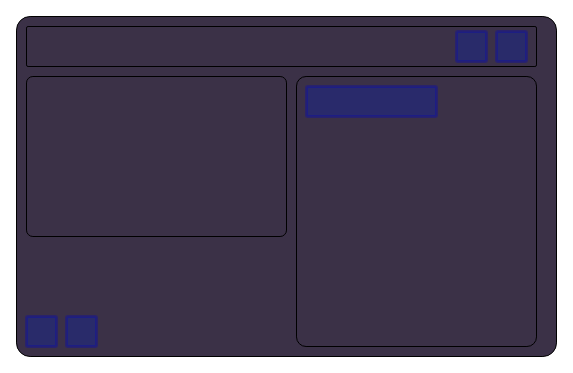
Above: src/app/slides/_slides/images/ppr.drawio in mastoj/nextndc (draw.io), before the change. Source tidied: cells renumbered, new cells numbered last; positions are measured from the earlier drawing's top-left corner, leaving out a move shared by most shapes. Both pictures are drawn from the tidied source at 100%, with x=0, y=0 at pixel (16, 16).
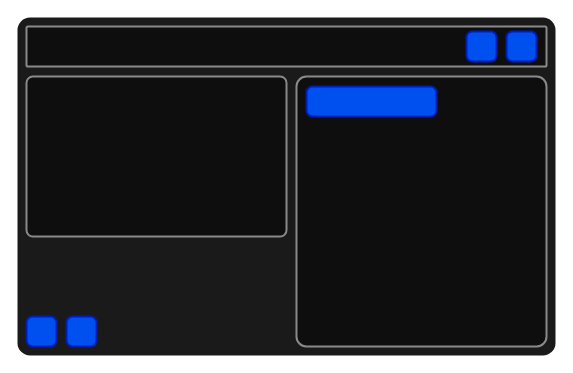
After the change.

Commit message (it also covers changes not shown here):
Slighlty better ppr image

Diff of the diagram source:
```diff
@@
 <mxGraphModel>
   <root>
     <mxCell id="0" />
     <mxCell id="1" parent="0" />
-    <mxCell id="2" style="rounded=1;whiteSpace=wrap;html=1;arcSize=4;fillColor=#3B3147;" parent="1" vertex="1">
+    <mxCell id="2" style="rounded=1;whiteSpace=wrap;html=1;arcSize=4;fillColor=#1A1A1A;strokeWidth=2;strokeColor=#FFFFFF;" parent="1" vertex="1">
       <mxGeometry width="540" height="340" as="geometry" />
     </mxCell>
-    <mxCell id="3" style="rounded=1;whiteSpace=wrap;html=1;arcSize=4;fillColor=#3B3147;" parent="1" vertex="1">
-      <mxGeometry x="10" y="10" width="510" height="40" as="geometry" />
+    <mxCell id="3" style="rounded=1;whiteSpace=wrap;html=1;arcSize=4;fillColor=#030303;opacity=50;strokeWidth=2;strokeColor=#FFFFFF;" parent="1" vertex="1">
+      <mxGeometry x="10" y="10" width="520" height="40" as="geometry" />
     </mxCell>
-    <mxCell id="4" style="rounded=1;whiteSpace=wrap;html=1;arcSize=4;fillColor=#3B3147;" parent="1" vertex="1">
+    <mxCell id="4" style="rounded=1;whiteSpace=wrap;html=1;arcSize=4;fillColor=#030303;opacity=50;strokeWidth=2;strokeColor=#FFFFFF;" parent="1" vertex="1">
       <mxGeometry x="10" y="60" width="260" height="160" as="geometry" />
     </mxCell>
-    <mxCell id="5" style="rounded=1;whiteSpace=wrap;html=1;arcSize=4;fillColor=#3B3147;" parent="1" vertex="1">
-      <mxGeometry x="280" y="60" width="240" height="270" as="geometry" />
+    <mxCell id="5" style="rounded=1;whiteSpace=wrap;html=1;arcSize=4;fillColor=#030303;opacity=50;strokeWidth=2;strokeColor=#FFFFFF;" parent="1" vertex="1">
+      <mxGeometry x="280" y="60" width="250" height="270" as="geometry" />
     </mxCell>
-    <mxCell id="6" style="rounded=1;whiteSpace=wrap;html=1;fillColor=#001DBC;arcSize=4;fontColor=#ffffff;strokeColor=#0000BC;opacity=30;strokeWidth=3;" parent="1" vertex="1">
+    <mxCell id="6" style="rounded=1;whiteSpace=wrap;html=1;fillColor=#0050ef;arcSize=20;fontColor=#ffffff;strokeColor=#001DBC;strokeWidth=2;perimeterSpacing=2;imageHeight=24;" parent="1" vertex="1">
       <mxGeometry x="290" y="70" width="130" height="30" as="geometry" />
     </mxCell>
-    <mxCell id="7" style="rounded=1;whiteSpace=wrap;html=1;fillColor=#001DBC;arcSize=4;fontColor=#ffffff;strokeColor=#0000BC;opacity=30;strokeWidth=3;" parent="1" vertex="1">
-      <mxGeometry x="480" y="15" width="30" height="30" as="geometry" />
+    <mxCell id="7" style="rounded=1;whiteSpace=wrap;html=1;fillColor=#0050ef;arcSize=20;fontColor=#ffffff;strokeColor=#001DBC;strokeWidth=2;perimeterSpacing=2;imageHeight=24;" parent="1" vertex="1">
+      <mxGeometry x="490" y="15" width="30" height="30" as="geometry" />
     </mxCell>
-    <mxCell id="8" style="rounded=1;whiteSpace=wrap;html=1;fillColor=#001DBC;arcSize=4;fontColor=#ffffff;strokeColor=#0000BC;opacity=30;strokeWidth=3;" parent="1" vertex="1">
-      <mxGeometry x="440" y="15" width="30" height="30" as="geometry" />
+    <mxCell id="8" style="rounded=1;whiteSpace=wrap;html=1;fillColor=#0050ef;arcSize=20;fontColor=#ffffff;strokeColor=#001DBC;strokeWidth=2;perimeterSpacing=2;imageHeight=24;" parent="1" vertex="1">
+      <mxGeometry x="450" y="15" width="30" height="30" as="geometry" />
     </mxCell>
-    <mxCell id="9" style="rounded=1;whiteSpace=wrap;html=1;fillColor=#001DBC;arcSize=4;fontColor=#ffffff;strokeColor=#0000BC;opacity=30;strokeWidth=3;" parent="1" vertex="1">
+    <mxCell id="9" style="rounded=1;whiteSpace=wrap;html=1;fillColor=#0050ef;arcSize=20;fontColor=#ffffff;strokeColor=#001DBC;strokeWidth=2;perimeterSpacing=2;imageHeight=24;" parent="1" vertex="1">
       <mxGeometry x="10" y="300" width="30" height="30" as="geometry" />
     </mxCell>
-    <mxCell id="10" style="rounded=1;whiteSpace=wrap;html=1;fillColor=#001DBC;arcSize=4;fontColor=#ffffff;strokeColor=#0000BC;opacity=30;strokeWidth=3;" parent="1" vertex="1">
+    <mxCell id="10" style="rounded=1;whiteSpace=wrap;html=1;fillColor=#0050ef;arcSize=20;fontColor=#ffffff;strokeColor=#001DBC;strokeWidth=2;perimeterSpacing=2;imageHeight=24;" parent="1" vertex="1">
       <mxGeometry x="50" y="300" width="30" height="30" as="geometry" />
     </mxCell>
   </root>
 </mxGraphModel>
```
